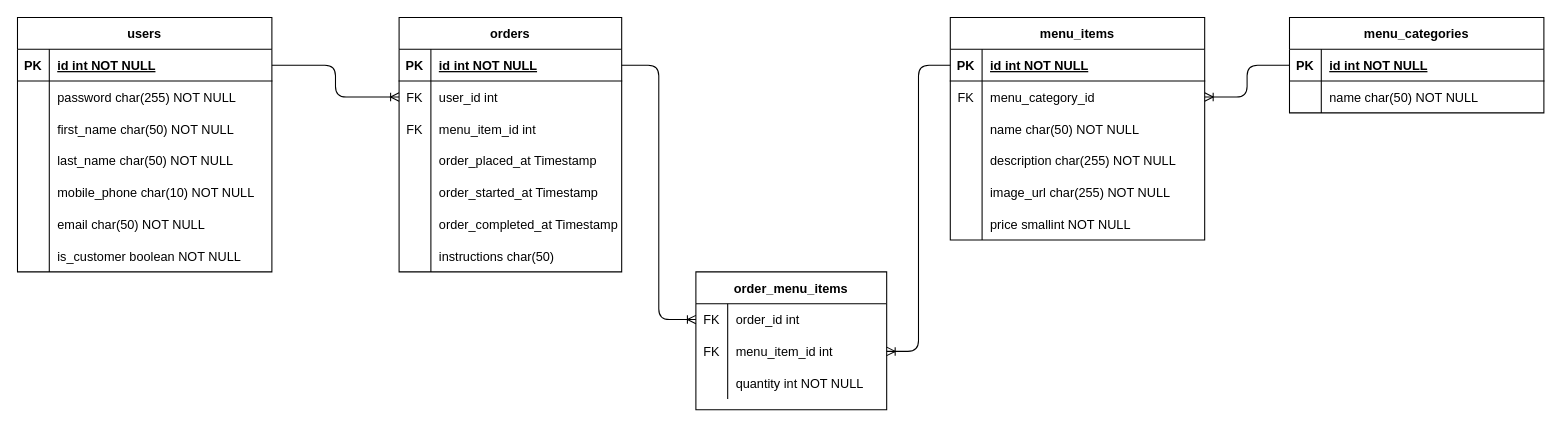
Earlier version of the draw.io diagram db/erd/taco_takeout_erd.drawio (mjoyal/taco-takeout). Source tidied: cells renumbered, new cells numbered last; positions are measured from the earlier drawing's top-left corner, leaving out a move shared by most shapes. Both pictures are drawn from the tidied source at 106%, with x=0, y=0 at pixel (17, 17).
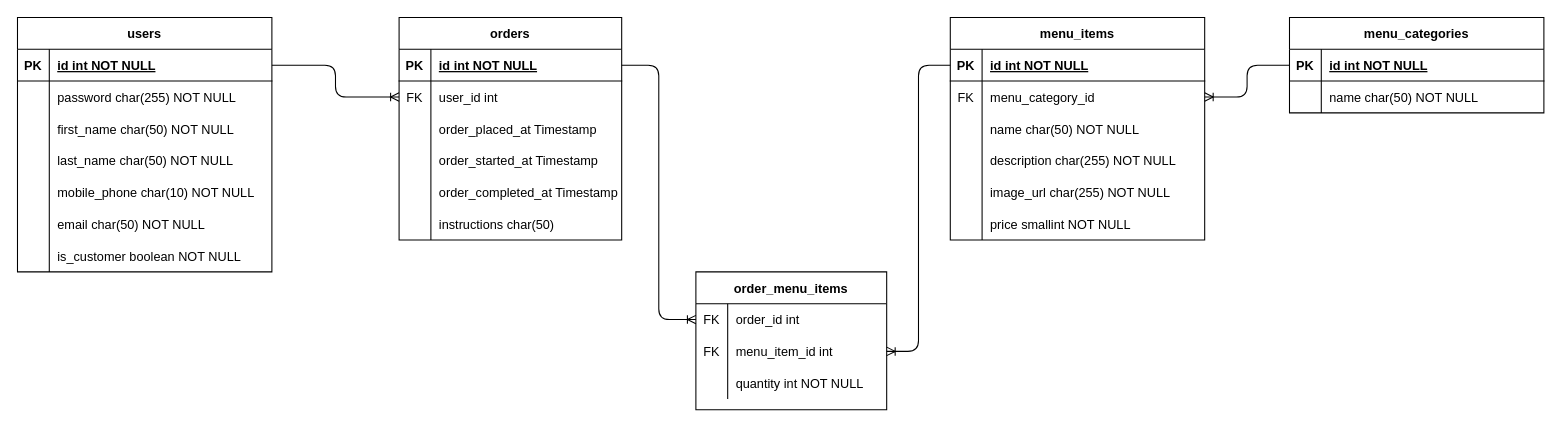
The same diagram, later.

What changed in the source:
```diff
@@
     <mxCell id="52" value="orders" style="shape=table;startSize=30;childLayout=tableLayout;rowLines=0;fontStyle=1;align=center;" parent="1" vertex="1">
-      <mxGeometry x="360" width="210" height="240" as="geometry" />
+      <mxGeometry x="360" width="210" height="210" as="geometry" />
     </mxCell>
@@
-    <mxCell id="59" style="shape=partialRectangle;fillColor=none;top=0;left=0;bottom=0;right=0;" parent="52" vertex="1">
-      <mxGeometry y="90" width="210" height="30" as="geometry" />
-    </mxCell>
-    <mxCell id="60" value="FK" style="shape=partialRectangle;fillColor=none;top=0;left=0;bottom=0;right=0;fontStyle=0;overflow=hidden;" parent="59" vertex="1">
-      <mxGeometry width="30" height="30" as="geometry" />
-    </mxCell>
-    <mxCell id="61" value="menu_item_id int" style="shape=partialRectangle;fillColor=none;top=0;left=0;bottom=0;right=0;align=left;spacingLeft=6;fontStyle=0;overflow=hidden;" parent="59" vertex="1">
-      <mxGeometry x="30" width="180" height="30" as="geometry" />
-    </mxCell>
     <mxCell id="62" style="shape=partialRectangle;fillColor=none;top=0;left=0;bottom=0;right=0;" parent="52" vertex="1">
-      <mxGeometry y="120" width="210" height="30" as="geometry" />
+      <mxGeometry y="90" width="210" height="30" as="geometry" />
     </mxCell>
@@
     <mxCell id="65" style="shape=partialRectangle;fillColor=none;top=0;left=0;bottom=0;right=0;" parent="52" vertex="1">
-      <mxGeometry y="150" width="210" height="30" as="geometry" />
+      <mxGeometry y="120" width="210" height="30" as="geometry" />
     </mxCell>
@@
     <mxCell id="68" style="shape=partialRectangle;fillColor=none;top=0;left=0;bottom=0;right=0;" parent="52" vertex="1">
-      <mxGeometry y="180" width="210" height="30" as="geometry" />
+      <mxGeometry y="150" width="210" height="30" as="geometry" />
     </mxCell>
@@
     <mxCell id="71" style="shape=partialRectangle;fillColor=none;top=0;left=0;bottom=0;right=0;" parent="52" vertex="1">
-      <mxGeometry y="210" width="210" height="30" as="geometry" />
+      <mxGeometry y="180" width="210" height="30" as="geometry" />
     </mxCell>
```
